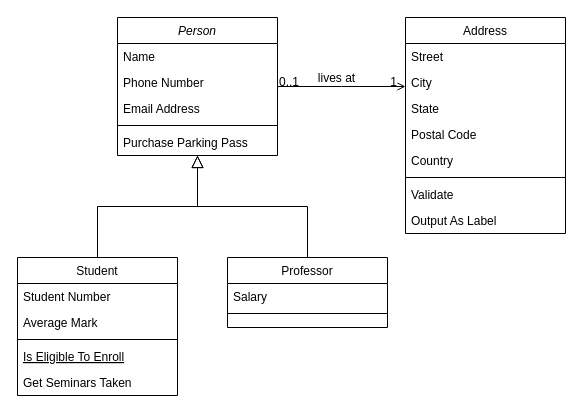
Surfhaii/python_study keeps this draw.io diagram as Pessoa/Pessoa.drawio. Above is the earlier version. Source tidied: cells renumbered, new cells numbered last; positions are measured from the earlier drawing's top-left corner, leaving out a move shared by most shapes. Both pictures are drawn from the tidied source at 100%, with x=0, y=0 at pixel (17, 17).
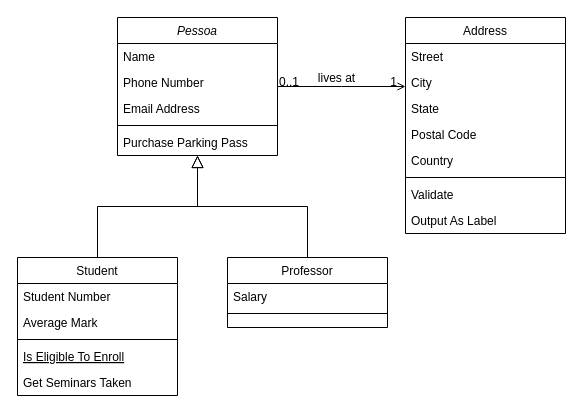
The same diagram, later.

Diff of the diagram source:
```diff
@@
-    <mxCell id="2" value="Person" style="swimlane;fontStyle=2;align=center;verticalAlign=top;horizontal=1;startSize=26;rounded=0;shadow=0;strokeWidth=1;" parent="1" vertex="1">
+    <mxCell id="2" value="Pessoa&#10;" style="swimlane;fontStyle=2;align=center;verticalAlign=top;horizontal=1;startSize=26;rounded=0;shadow=0;strokeWidth=1;" parent="1" vertex="1">
       <mxGeometry x="100" width="160" height="138" as="geometry" />
     </mxCell>
```
